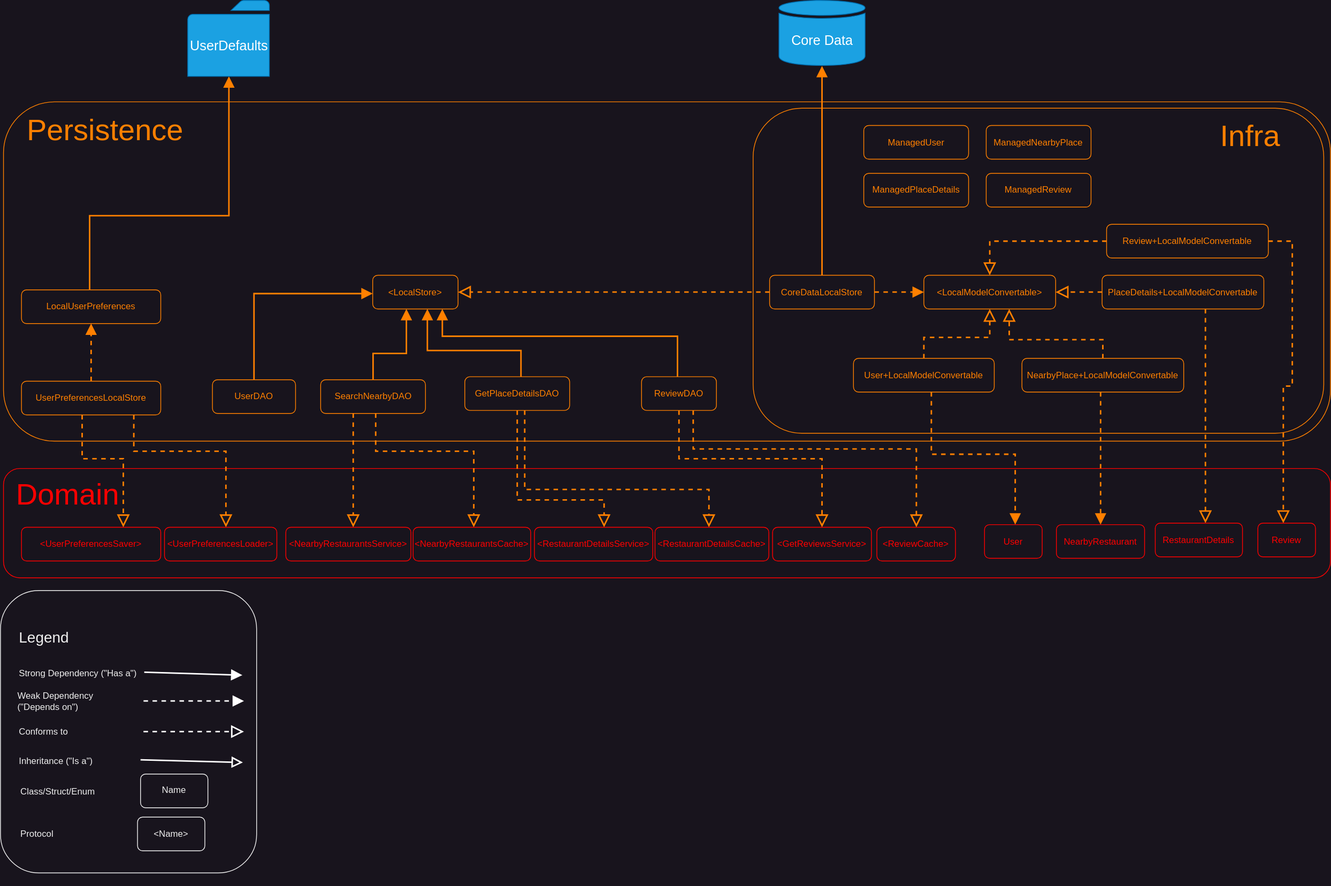
marian-stanciulica/Foodybite keeps this draw.io diagram as Diagrams/Persistence.svg. Above is the earlier version. Source tidied: cells renumbered, new cells last; positions are measured from the earlier drawing's top-left corner, leaving out a move shared by most shapes.
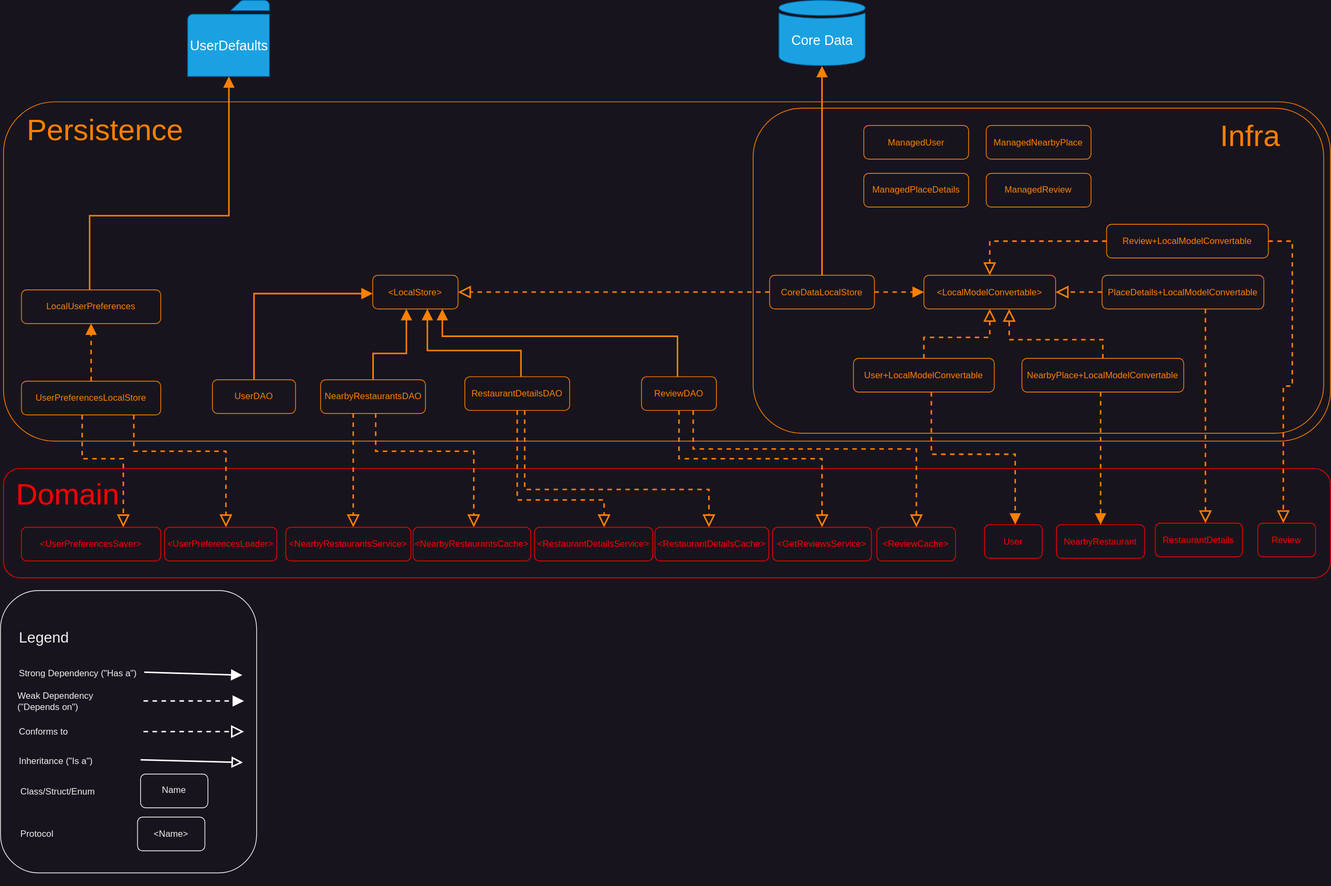
Above is the later version.

Commit message:
Readme - replaces the concept of place with restaurant in the  DAO classes

Diff of the diagram source:
```diff
@@ -134,7 +134,7 @@
         </Array>
       </mxGeometry>
     </mxCell>
-    <mxCell id="32" value="SearchNearbyDAO" style="rounded=1;whiteSpace=wrap;html=1;fontColor=#FF8000;strokeColor=#FF8000;" parent="1" vertex="1">
+    <mxCell id="32" value="NearbyRestaurantsDAO" style="rounded=1;whiteSpace=wrap;html=1;fontColor=#FF8000;strokeColor=#FF8000;" parent="1" vertex="1">
       <mxGeometry x="427.5" y="506.5" width="140" height="45" as="geometry" />
     </mxCell>
     <mxCell id="33" style="edgeStyle=orthogonalEdgeStyle;shape=connector;rounded=0;jettySize=auto;html=1;dashed=1;labelBackgroundColor=default;strokeColor=#FF8000;strokeWidth=2;fontFamily=Helvetica;fontSize=11;fontColor=default;endArrow=block;endFill=0;endSize=12;fillColor=#f0a30a;" parent="1" edge="1" source="36" target="50">
@@ -161,7 +161,7 @@
         </Array>
       </mxGeometry>
     </mxCell>
-    <mxCell id="36" value="GetPlaceDetailsDAO" style="rounded=1;whiteSpace=wrap;html=1;fontColor=#FF8000;strokeColor=#FF8000;" parent="1" vertex="1">
+    <mxCell id="36" value="RestaurantDetailsDAO" style="rounded=1;whiteSpace=wrap;html=1;fontColor=#FF8000;strokeColor=#FF8000;" parent="1" vertex="1">
       <mxGeometry x="620" y="502.5" width="140" height="45" as="geometry" />
     </mxCell>
     <mxCell id="37" style="edgeStyle=orthogonalEdgeStyle;shape=connector;rounded=0;jumpStyle=line;jettySize=auto;html=1;labelBackgroundColor=default;strokeColor=#FF8000;strokeWidth=2;fontFamily=Helvetica;fontSize=11;fontColor=#FF8000;endArrow=block;endFill=1;endSize=10;fillColor=#f0a30a;" parent="1" edge="1" source="38" target="28">
```
